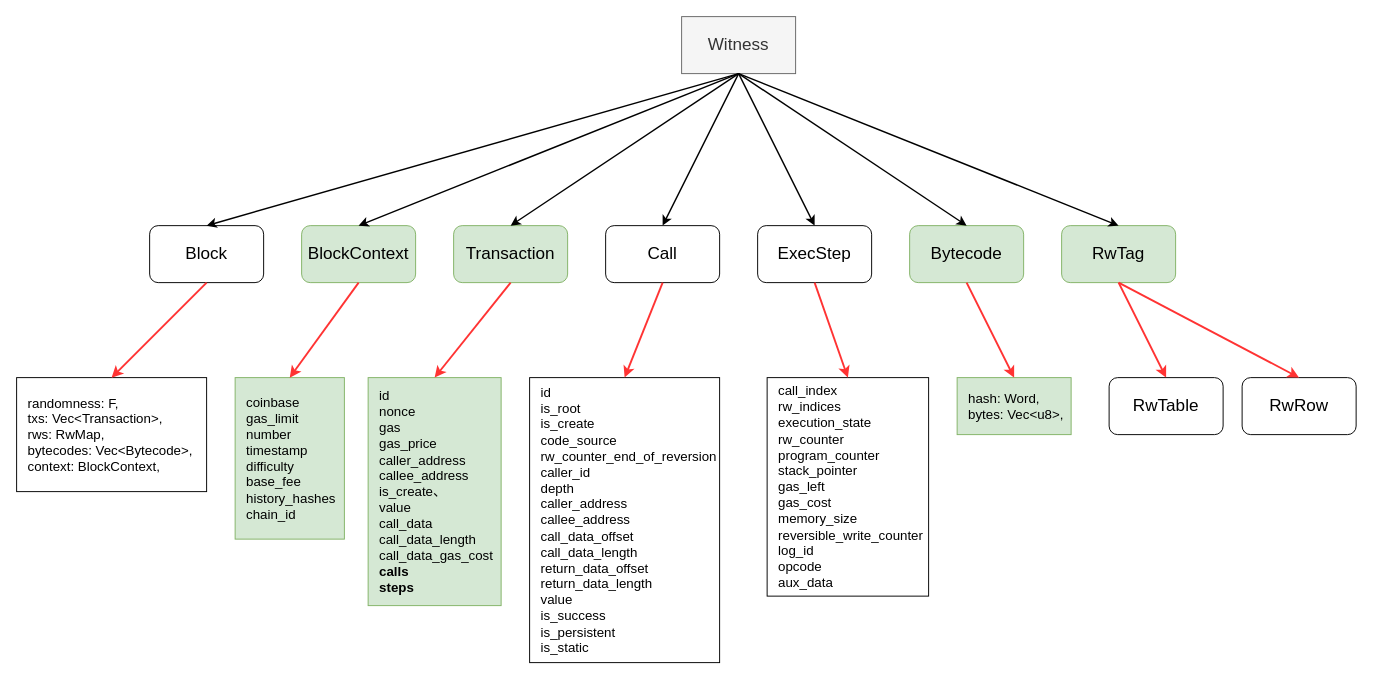
Earlier version of the draw.io diagram zkevm/EVM circuit && witness.drawio (0xyicheng/a-research-diagram). Source tidied: cells renumbered, new cells numbered last; positions are measured from the earlier drawing's top-left corner, leaving out a move shared by most shapes. Both pictures are drawn from the tidied source at 95%, with x=0, y=0 at pixel (16, 16).
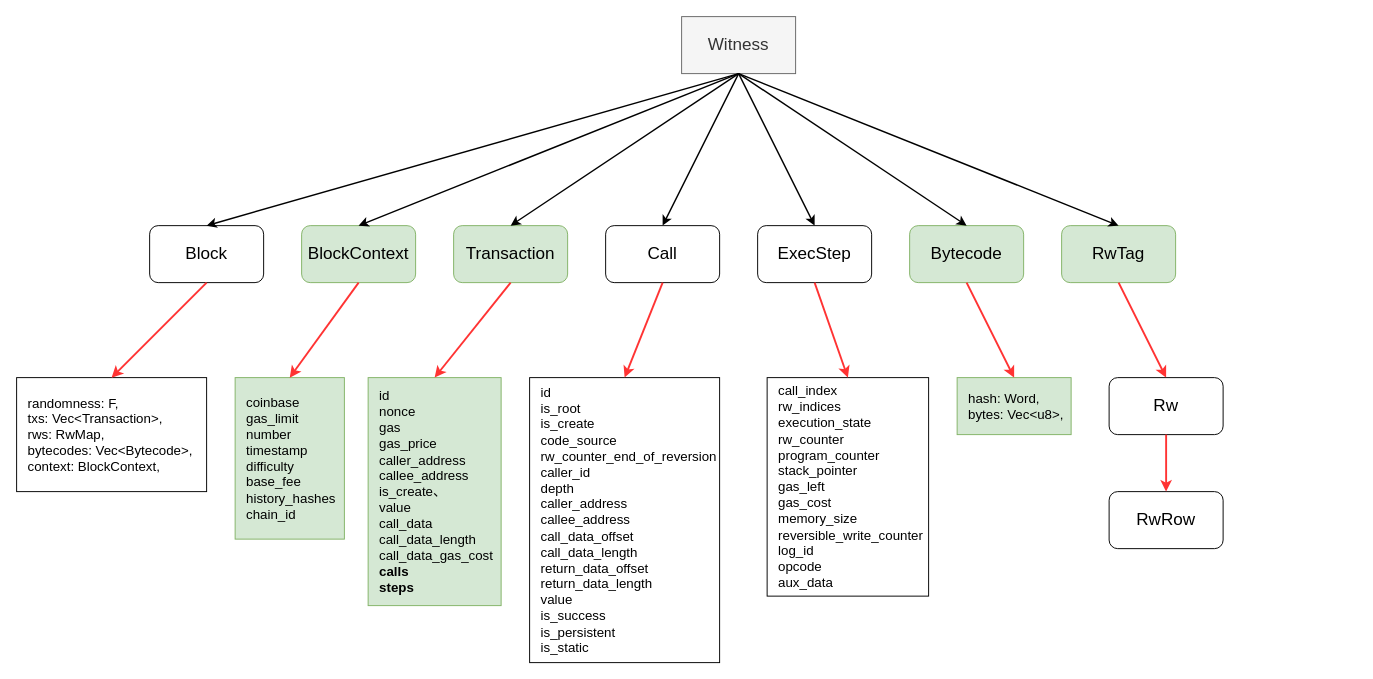
After the change.

The change refers to these unchanged cells:
```xml
<mxCell id="9" value="RwTag" style="rounded=1;whiteSpace=wrap;html=1;fontSize=18;fillColor=#d5e8d4;strokeColor=#82b366;" parent="1" vertex="1">
  <mxGeometry x="1100" y="220" width="120" height="60" as="geometry" />
</mxCell>
```

Change to the diagram source:
```diff
@@
     <mxCell id="10" value="RwRow" style="rounded=1;whiteSpace=wrap;html=1;fontSize=18;" parent="1" vertex="1">
-      <mxGeometry x="1290" y="380" width="120" height="60" as="geometry" />
+      <mxGeometry x="1150" y="500" width="120" height="60" as="geometry" />
     </mxCell>
@@
-    <mxCell id="26" style="endArrow=classic;html=1;rounded=0;fontSize=14;strokeWidth=2;exitX=0.5;exitY=1;exitDx=0;exitDy=0;entryX=0.5;entryY=0;entryDx=0;entryDy=0;fillColor=#f8cecc;strokeColor=#FF3333;" parent="1" edge="1" source="9" target="10">
-      <mxGeometry relative="1" as="geometry" />
-    </mxCell>
@@
-    <mxCell id="31" value="RwTable" style="rounded=1;whiteSpace=wrap;html=1;fontSize=18;" parent="1" vertex="1">
+    <mxCell id="31" value="Rw" style="rounded=1;whiteSpace=wrap;html=1;fontSize=18;" parent="1" vertex="1">
       <mxGeometry x="1150" y="380" width="120" height="60" as="geometry" />
     </mxCell>
@@
+    <mxCell id="33" style="endArrow=classic;html=1;rounded=0;fontSize=14;strokeWidth=2;exitX=0.5;exitY=1;exitDx=0;exitDy=0;entryX=0.5;entryY=0;entryDx=0;entryDy=0;fillColor=#f8cecc;strokeColor=#FF3333;" parent="1" edge="1" source="31" target="10">
+      <mxGeometry relative="1" as="geometry" />
+    </mxCell>
```
